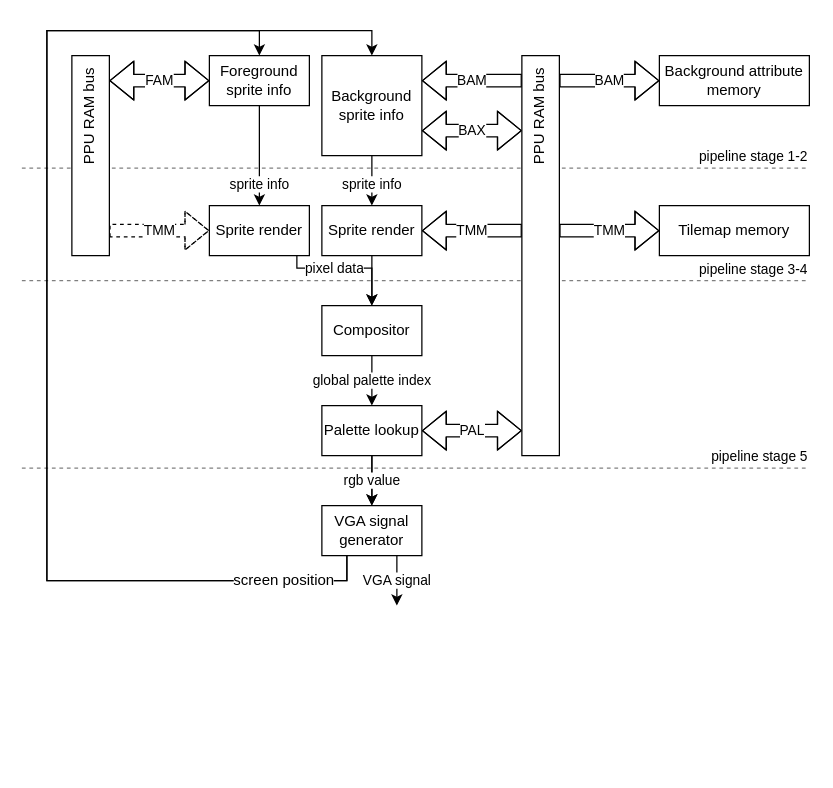
Before: page "level-2" (2 of 3) of docs/ppu.drawio in lonkaars/avans-arcade, a draw.io diagram. Source tidied: cells renumbered, new cells numbered last; positions are measured from the earlier drawing's top-left corner, leaving out a move shared by most shapes. Both pictures are drawn from the tidied source at 125%, with x=0, y=0 at pixel (21, 30).
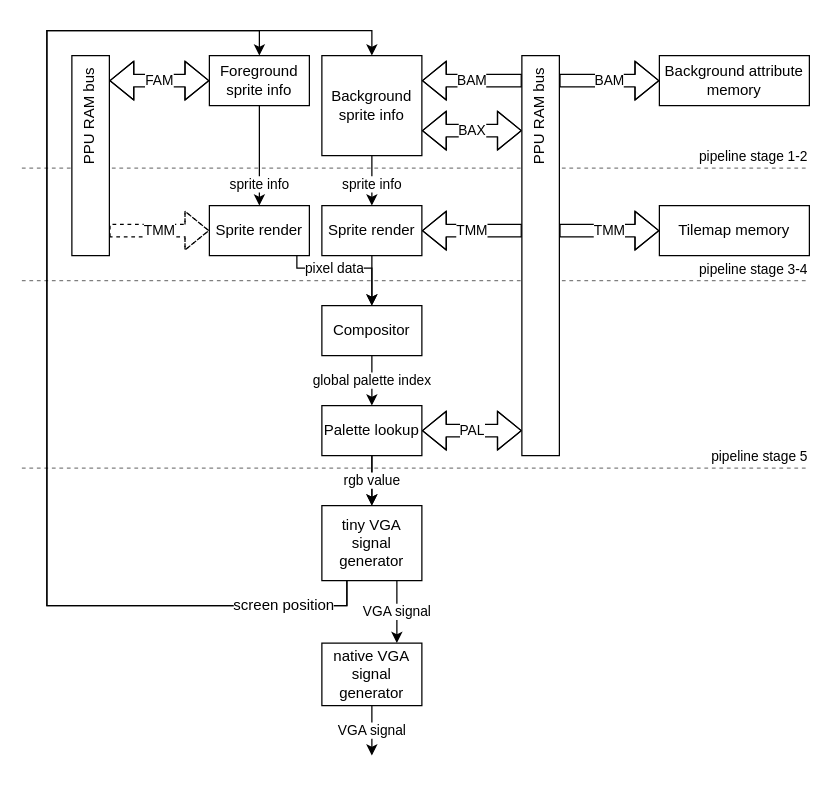
The same page after the edit.

Unchanged cells that the change refers to:
```xml
<mxCell id="7" value="Background sprite info" style="rounded=0;whiteSpace=wrap;html=1;" parent="1" vertex="1">
  <mxGeometry x="240" y="20" width="80" height="80" as="geometry" />
</mxCell>
<mxCell id="10" value="Foreground sprite info" style="rounded=0;whiteSpace=wrap;html=1;" parent="1" vertex="1">
  <mxGeometry x="150" y="20" width="80" height="40" as="geometry" />
</mxCell>
```

Diff of the diagram source:
```diff
@@
     <mxCell id="13" style="edgeStyle=orthogonalEdgeStyle;rounded=0;sketch=0;jettySize=auto;html=1;shadow=0;startArrow=none;startFill=0;" parent="1" edge="1" source="16" target="10">
       <mxGeometry relative="1" as="geometry">
         <Array as="points">
-          <mxPoint x="260" y="440" />
-          <mxPoint x="20" y="440" />
+          <mxPoint x="260" y="460" />
+          <mxPoint x="20" y="460" />
           <mxPoint x="20" />
           <mxPoint x="190" />
         </Array>
       </mxGeometry>
     </mxCell>
     <mxCell id="14" style="edgeStyle=orthogonalEdgeStyle;rounded=0;sketch=0;jettySize=auto;html=1;shadow=0;startArrow=none;startFill=0;" parent="1" edge="1" source="16" target="7">
       <mxGeometry relative="1" as="geometry">
         <Array as="points">
-          <mxPoint x="260" y="440" />
-          <mxPoint x="20" y="440" />
+          <mxPoint x="260" y="460" />
+          <mxPoint x="20" y="460" />
           <mxPoint x="20" />
           <mxPoint x="280" />
         </Array>
       </mxGeometry>
     </mxCell>
-    <mxCell id="15" value="VGA signal" style="edgeStyle=orthogonalEdgeStyle;rounded=0;sketch=0;jettySize=auto;html=1;shadow=0;startArrow=none;startFill=0;" parent="1" edge="1" source="16">
+    <mxCell id="15" value="VGA signal" style="edgeStyle=orthogonalEdgeStyle;rounded=0;sketch=0;jettySize=auto;html=1;shadow=0;startArrow=none;startFill=0;" parent="1" edge="1" source="16" target="35">
       <mxGeometry relative="1" as="geometry">
-        <mxPoint x="300" y="460" as="targetPoint" />
         <Array as="points">
-          <mxPoint x="300" y="460" />
+          <mxPoint x="300" y="480" />
+          <mxPoint x="300" y="480" />
         </Array>
       </mxGeometry>
     </mxCell>
-    <mxCell id="16" value="VGA signal generator" style="rounded=0;whiteSpace=wrap;html=1;" parent="1" vertex="1">
-      <mxGeometry x="240" y="380" width="80" height="40" as="geometry" />
+    <mxCell id="16" value="tiny VGA signal generator" style="rounded=0;whiteSpace=wrap;html=1;" parent="1" vertex="1">
+      <mxGeometry x="240" y="380" width="80" height="60" as="geometry" />
     </mxCell>
@@
     <mxCell id="32" value="screen position" style="text;html=1;strokeColor=none;fillColor=none;align=center;verticalAlign=middle;whiteSpace=wrap;rounded=0;labelBackgroundColor=default;" parent="1" vertex="1">
-      <mxGeometry x="160" y="430" width="100" height="20" as="geometry" />
+      <mxGeometry x="160" y="450" width="100" height="20" as="geometry" />
     </mxCell>
@@
+    <mxCell id="35" value="native VGA signal generator" style="rounded=0;whiteSpace=wrap;html=1;" parent="1" vertex="1">
+      <mxGeometry x="240" y="490" width="80" height="50" as="geometry" />
+    </mxCell>
+    <mxCell id="36" value="VGA signal" style="edgeStyle=orthogonalEdgeStyle;rounded=0;sketch=0;jettySize=auto;html=1;shadow=0;startArrow=none;startFill=0;" parent="1" edge="1" source="35">
+      <mxGeometry relative="1" as="geometry">
+        <mxPoint x="280" y="580" as="targetPoint" />
+        <Array as="points">
+          <mxPoint x="280" y="570" />
+          <mxPoint x="280" y="570" />
+        </Array>
+      </mxGeometry>
+    </mxCell>
```
